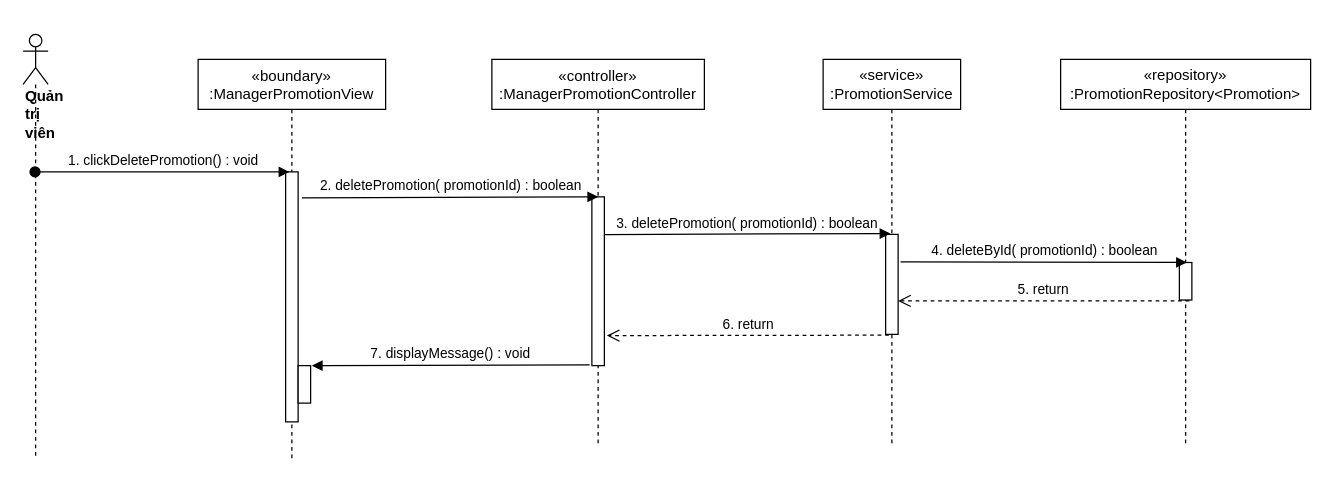
Above: sequence diagram/delete-promotion-manager.drawio in nguyenphamvan/datn_20202 (draw.io), before the change. Source tidied: cells renumbered, new cells numbered last; positions are measured from the earlier drawing's top-left corner, leaving out a move shared by most shapes. Both pictures are drawn from the tidied source at 125%, with x=0, y=0 at pixel (22, 34).
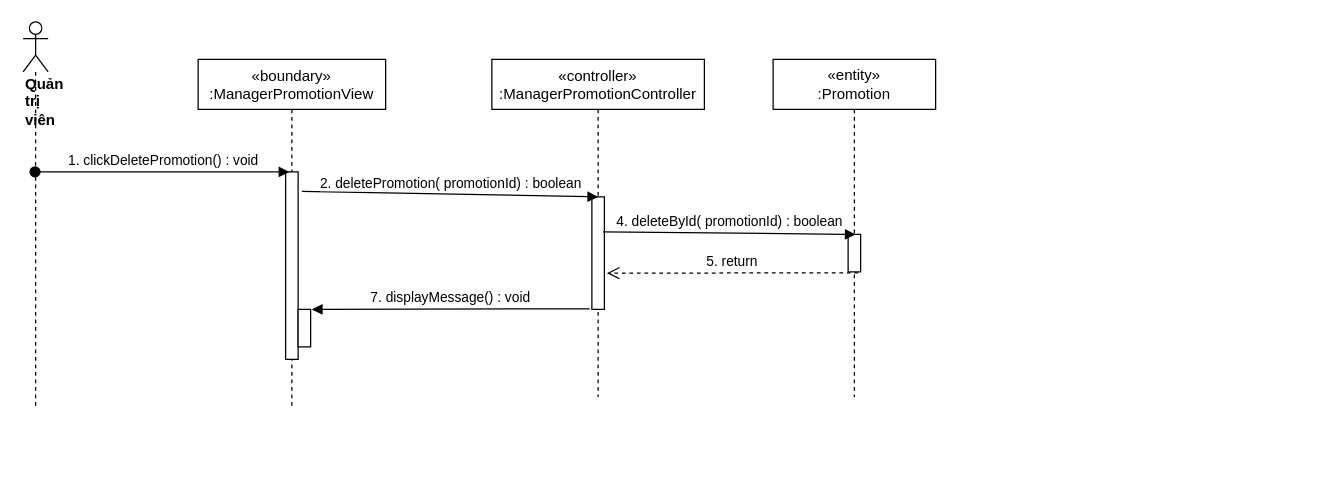
The same diagram, later.

The edit, as a diff of the source:
```diff
@@
 <mxGraphModel>
   <root>
     <mxCell id="0" />
     <mxCell id="1" parent="0" />
     <mxCell id="2" value="«boundary»&#10;:ManagerPromotionView" style="shape=umlLifeline;perimeter=lifelinePerimeter;rounded=0;shadow=0;strokeWidth=1;" parent="1" vertex="1">
-      <mxGeometry x="140" y="20" width="150" height="320" as="geometry" />
+      <mxGeometry x="140" y="20" width="150" height="280" as="geometry" />
     </mxCell>
     <mxCell id="3" style="html=1;points=[];perimeter=orthogonalPerimeter;" parent="2" vertex="1">
-      <mxGeometry x="70" y="90" width="10" height="200" as="geometry" />
+      <mxGeometry x="70" y="90" width="10" height="150" as="geometry" />
     </mxCell>
     <mxCell id="4" value="«controller»&#10;:ManagerPromotionController" style="shape=umlLifeline;perimeter=lifelinePerimeter;rounded=0;shadow=0;strokeWidth=1;size=40;" parent="1" vertex="1">
-      <mxGeometry x="375" y="20" width="170" height="310" as="geometry" />
+      <mxGeometry x="375" y="20" width="170" height="270" as="geometry" />
     </mxCell>
     <mxCell id="5" style="points=[];perimeter=orthogonalPerimeter;rounded=0;shadow=0;strokeWidth=1;" parent="4" vertex="1">
-      <mxGeometry x="80" y="110" width="10" height="135" as="geometry" />
+      <mxGeometry x="80" y="110" width="10" height="90" as="geometry" />
     </mxCell>
     <mxCell id="6" value="&lt;div&gt;&lt;b&gt;Quản trị viên&lt;/b&gt;&lt;/div&gt;" style="shape=umlLifeline;participant=umlActor;perimeter=lifelinePerimeter;whiteSpace=wrap;html=1;verticalAlign=top;spacingTop=36;outlineConnect=0;align=left;" parent="1" vertex="1">
-      <mxGeometry width="20" height="340" as="geometry" />
+      <mxGeometry y="-10" width="20" height="310" as="geometry" />
     </mxCell>
-    <mxCell id="7" value="&lt;span&gt;«service»&lt;br&gt;&lt;/span&gt;:PromotionService" style="shape=umlLifeline;perimeter=lifelinePerimeter;whiteSpace=wrap;html=1;" parent="1" vertex="1">
-      <mxGeometry x="640" y="20" width="110" height="310" as="geometry" />
-    </mxCell>
-    <mxCell id="8" style="points=[];perimeter=orthogonalPerimeter;rounded=0;shadow=0;strokeWidth=1;" parent="7" vertex="1">
-      <mxGeometry x="50" y="140" width="10" height="80" as="geometry" />
-    </mxCell>
     <mxCell id="9" value="1. clickDeletePromotion() : void" style="html=1;verticalAlign=bottom;startArrow=oval;startFill=1;endArrow=block;startSize=8;entryX=0.3;entryY=0;entryDx=0;entryDy=0;entryPerimeter=0;" parent="1" edge="1" source="6" target="3">
       <mxGeometry relative="1" as="geometry" />
     </mxCell>
     <mxCell id="10" value="2. deletePromotion( promotionId) : boolean" style="html=1;verticalAlign=bottom;endArrow=block;entryX=0.5;entryY=0;entryDx=0;entryDy=0;entryPerimeter=0;exitX=1.3;exitY=0.104;exitDx=0;exitDy=0;exitPerimeter=0;" parent="1" edge="1" source="3" target="5">
       <mxGeometry relative="1" as="geometry" />
     </mxCell>
-    <mxCell id="11" value="&lt;span&gt;«repository»&lt;br&gt;&lt;/span&gt;:PromotionRepository&amp;lt;Promotion&amp;gt;" style="shape=umlLifeline;perimeter=lifelinePerimeter;whiteSpace=wrap;html=1;" parent="1" vertex="1">
-      <mxGeometry x="830" y="20" width="200" height="310" as="geometry" />
+    <mxCell id="11" value="&lt;span&gt;«entity»&lt;br&gt;&lt;/span&gt;:Promotion" style="shape=umlLifeline;perimeter=lifelinePerimeter;whiteSpace=wrap;html=1;" parent="1" vertex="1">
+      <mxGeometry x="600" y="20" width="130" height="270" as="geometry" />
     </mxCell>
     <mxCell id="12" style="points=[];perimeter=orthogonalPerimeter;rounded=0;shadow=0;strokeWidth=1;" parent="11" vertex="1">
-      <mxGeometry x="95" y="162.5" width="10" height="30" as="geometry" />
+      <mxGeometry x="60" y="140" width="10" height="30" as="geometry" />
     </mxCell>
-    <mxCell id="13" value="3. deletePromotion( promotionId) : boolean" style="html=1;verticalAlign=bottom;endArrow=block;entryX=0.38;entryY=-0.008;entryDx=0;entryDy=0;entryPerimeter=0;exitX=1;exitY=0.223;exitDx=0;exitDy=0;exitPerimeter=0;" parent="1" edge="1" source="5" target="8">
-      <mxGeometry relative="1" as="geometry" />
-    </mxCell>
-    <mxCell id="14" value="6. return" style="html=1;verticalAlign=bottom;endArrow=open;dashed=1;endSize=8;exitX=0.26;exitY=1.008;exitDx=0;exitDy=0;exitPerimeter=0;entryX=1.2;entryY=0.822;entryDx=0;entryDy=0;entryPerimeter=0;" parent="1" edge="1" source="8" target="5">
-      <mxGeometry relative="1" as="geometry" />
-    </mxCell>
-    <mxCell id="15" value="4. deleteById( promotionId) : boolean" style="html=1;verticalAlign=bottom;endArrow=block;entryX=0.6;entryY=0;entryDx=0;entryDy=0;entryPerimeter=0;exitX=1.2;exitY=0.275;exitDx=0;exitDy=0;exitPerimeter=0;" parent="1" edge="1" source="8" target="12">
+    <mxCell id="15" value="4. deleteById( promotionId) : boolean" style="html=1;verticalAlign=bottom;endArrow=block;entryX=0.6;entryY=0;entryDx=0;entryDy=0;entryPerimeter=0;exitX=0.9;exitY=0.311;exitDx=0;exitDy=0;exitPerimeter=0;" parent="1" edge="1" source="5" target="12">
       <mxGeometry relative="1" as="geometry" />
     </mxCell>
-    <mxCell id="16" value="5. return" style="html=1;verticalAlign=bottom;endArrow=open;dashed=1;endSize=8;exitX=0.8;exitY=1.025;exitDx=0;exitDy=0;exitPerimeter=0;" parent="1" edge="1" source="12" target="8">
+    <mxCell id="16" value="5. return" style="html=1;verticalAlign=bottom;endArrow=open;dashed=1;endSize=8;exitX=0.8;exitY=1.025;exitDx=0;exitDy=0;exitPerimeter=0;entryX=1.2;entryY=0.678;entryDx=0;entryDy=0;entryPerimeter=0;" parent="1" edge="1" source="12" target="5">
       <mxGeometry relative="1" as="geometry" />
     </mxCell>
     <mxCell id="17" value="7. displayMessage() : void" style="verticalAlign=bottom;endArrow=block;shadow=0;strokeWidth=1;exitX=-0.18;exitY=0.995;exitDx=0;exitDy=0;exitPerimeter=0;entryX=1.1;entryY=0;entryDx=0;entryDy=0;entryPerimeter=0;" parent="1" edge="1" source="5" target="18">
       <mxGeometry relative="1" as="geometry" />
     </mxCell>
     <mxCell id="18" style="html=1;points=[];perimeter=orthogonalPerimeter;" parent="1" vertex="1">
-      <mxGeometry x="220" y="265" width="10" height="30" as="geometry" />
+      <mxGeometry x="220" y="220" width="10" height="30" as="geometry" />
     </mxCell>
   </root>
 </mxGraphModel>
```
